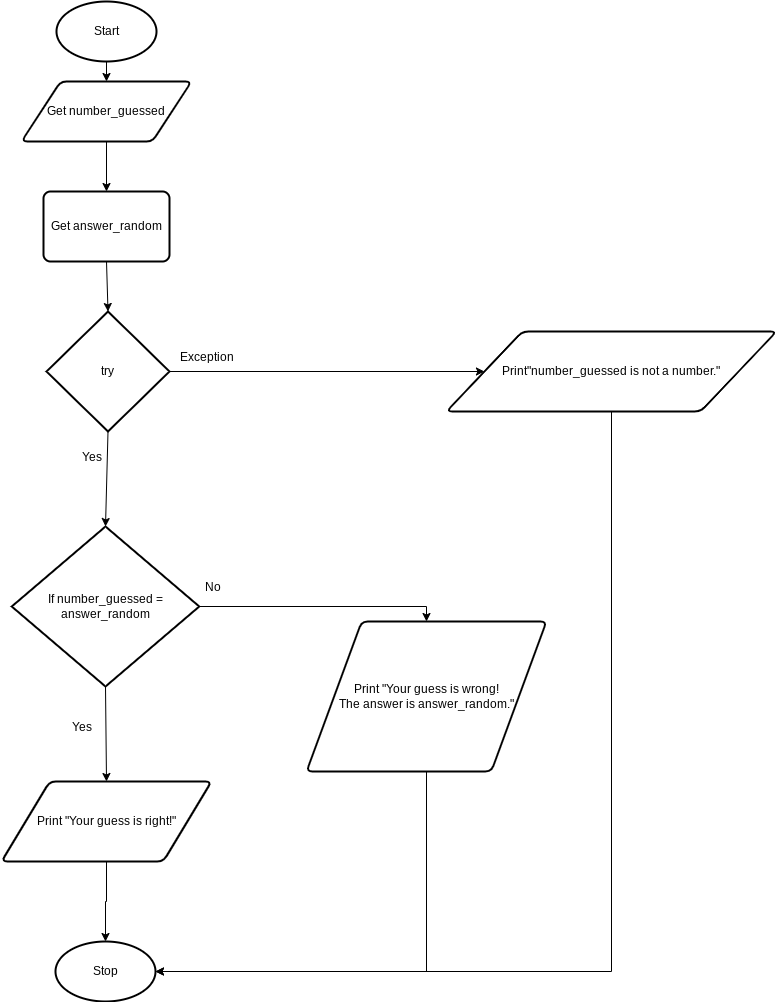
Above: design.number_guess.flowchart.png in Yiyun-Qin/ICS3U-Unit3-06-Python (draw.io), before the change. Source tidied: cells renumbered, new cells last; positions are measured from the earlier drawing's top-left corner, leaving out a move shared by most shapes.
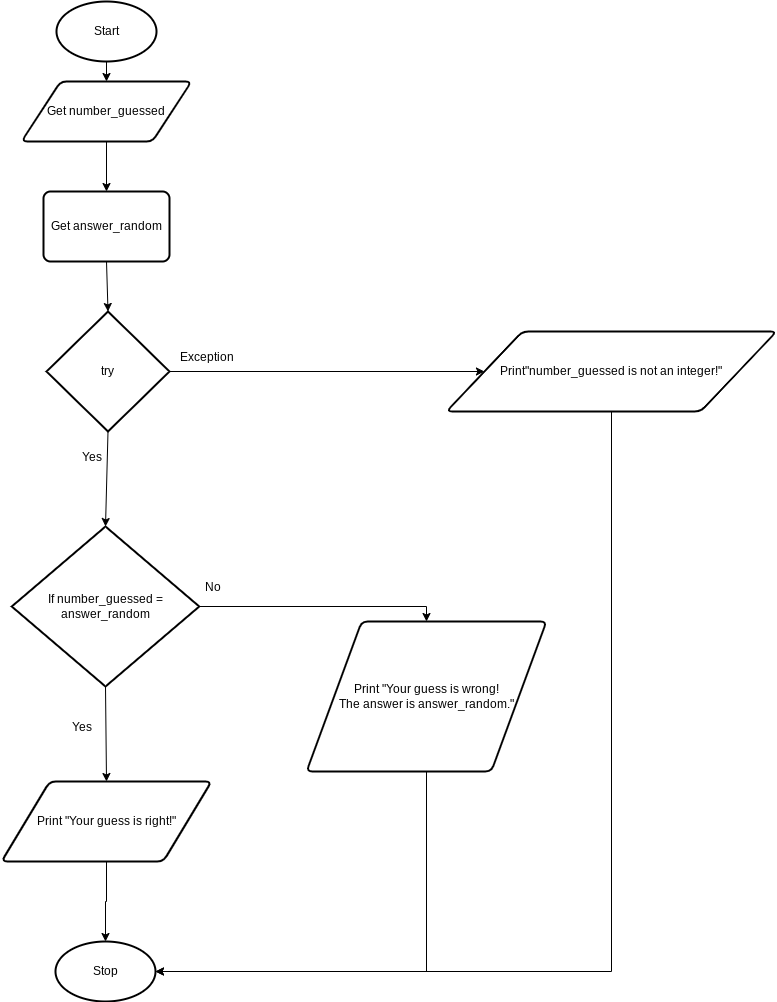
Above is the later version.

What changed in the source:
```diff
@@ -70,7 +70,7 @@
     <mxCell id="23" style="edgeStyle=orthogonalEdgeStyle;html=1;exitX=0.5;exitY=1;exitDx=0;exitDy=0;entryX=1;entryY=0.5;entryDx=0;entryDy=0;entryPerimeter=0;rounded=0;" parent="1" edge="1" source="24" target="8">
       <mxGeometry relative="1" as="geometry" />
     </mxCell>
-    <mxCell id="24" value="Print&quot;number_guessed is not a number.&quot;" style="shape=parallelogram;html=1;strokeWidth=2;perimeter=parallelogramPerimeter;whiteSpace=wrap;rounded=1;arcSize=12;size=0.23;" parent="1" vertex="1">
+    <mxCell id="24" value="Print&quot;number_guessed is not an integer!&quot;" style="shape=parallelogram;html=1;strokeWidth=2;perimeter=parallelogramPerimeter;whiteSpace=wrap;rounded=1;arcSize=12;size=0.23;" parent="1" vertex="1">
       <mxGeometry x="445" y="330" width="330" height="80" as="geometry" />
     </mxCell>
   </root>
```
